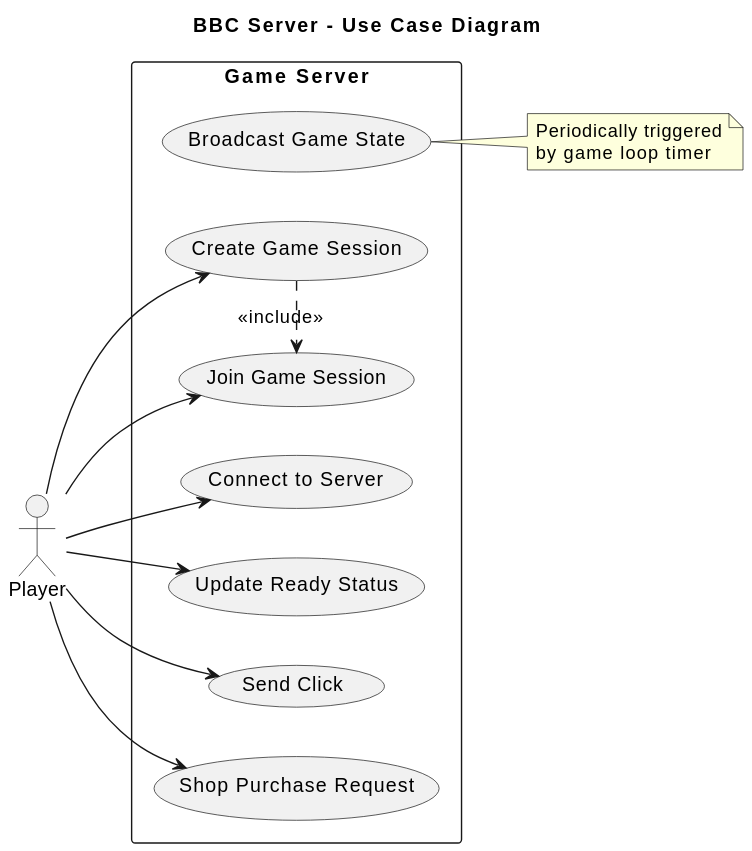
Above: docs/uml/usecase.svg in Software-Engineering-TINF23IKI1/server (PlantUML), before the change.
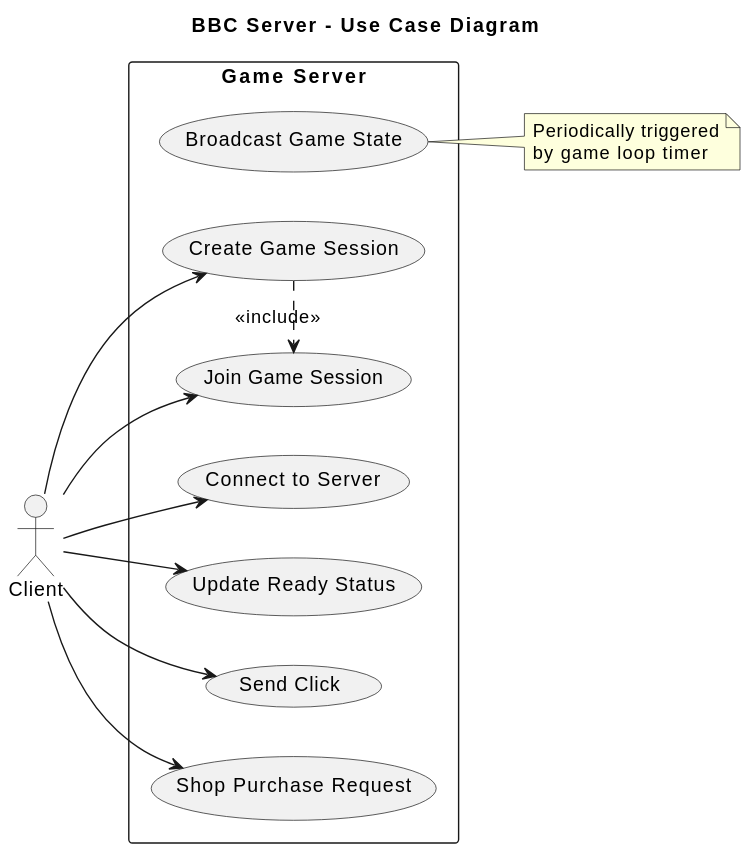
The same diagram one commit later.

What changed in the source:
```diff
@@ -2,7 +2,7 @@
 title BBC Server - Use Case Diagram
 left to right direction
 
-actor Player
+actor Client
 
 rectangle "Game Server" {
     (Connect to Server)
@@ -16,12 +16,12 @@
     (Create Game Session) .> (Join Game Session) : <<include>>
 }
 
-Player --> (Connect to Server)
-Player --> (Create Game Session)
-Player --> (Join Game Session)
-Player --> (Update Ready Status)
-Player --> (Send Click)
-Player --> (Shop Purchase Request)
+Client --> (Connect to Server)
+Client --> (Create Game Session)
+Client --> (Join Game Session)
+Client --> (Update Ready Status)
+Client --> (Send Click)
+Client --> (Shop Purchase Request)
 
 note right of (Broadcast Game State)
   Periodically triggered
```
